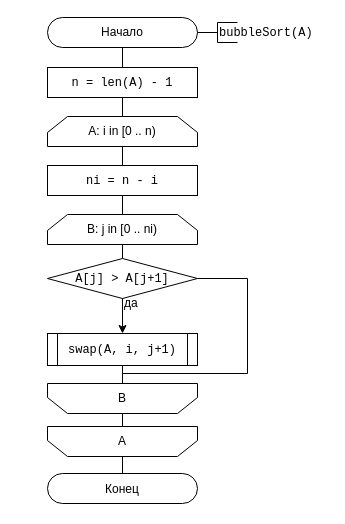
This is page "Page-1" (1 of 4) of AA/diagram/3.drawio from lnq99/BMSTU-IU7-5SEM, a draw.io file, before an edit. Source tidied: cells renumbered, new cells numbered last; positions are measured from the earlier drawing's top-left corner, leaving out a move shared by most shapes. Both pictures are drawn from the tidied source at 100%, with x=0, y=0 at pixel (47, 17).
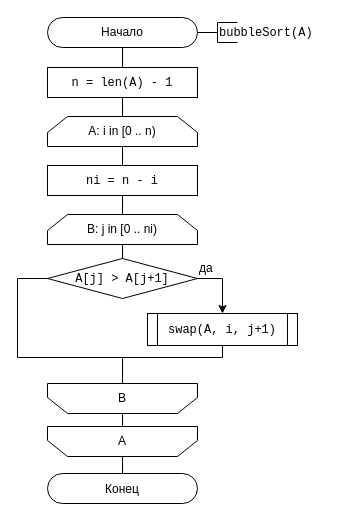
Above is the later version.

The change refers to these unchanged cells:
```xml
<mxCell id="6" value="&lt;font face=&quot;Courier New&quot;&gt;A[j] &amp;gt; A[j+1]&lt;/font&gt;" style="rhombus;whiteSpace=wrap;html=1;rounded=0;strokeWidth=1;fillColor=none;" parent="1" vertex="1">
  <mxGeometry y="241" width="150" height="40" as="geometry" />
</mxCell>
<mxCell id="15" value="&lt;span&gt;B&lt;/span&gt;" style="shape=loopLimit;whiteSpace=wrap;html=1;size=20;fillColor=none;rounded=0;direction=west;" parent="1" vertex="1">
  <mxGeometry y="366" width="150" height="30" as="geometry" />
</mxCell>
```

What changed in the source:
```diff
@@
+    <mxCell id="10" style="edgeStyle=orthogonalEdgeStyle;rounded=0;jettySize=auto;html=1;exitX=1;exitY=0.5;exitDx=0;exitDy=0;entryX=0.5;entryY=0;entryDx=0;entryDy=0;" parent="1" edge="1" source="6" target="11">
+      <mxGeometry relative="1" as="geometry" />
+    </mxCell>
+    <mxCell id="25" style="edgeStyle=orthogonalEdgeStyle;rounded=0;jettySize=auto;html=1;exitX=0;exitY=0.5;exitDx=0;exitDy=0;entryX=0.5;entryY=1;entryDx=0;entryDy=0;endArrow=none;endFill=0;" parent="1" edge="1" source="6" target="15">
+      <mxGeometry relative="1" as="geometry">
+        <Array as="points">
+          <mxPoint x="-30" y="261" />
+          <mxPoint x="-30" y="340" />
+          <mxPoint x="75" y="340" />
+        </Array>
+      </mxGeometry>
+    </mxCell>
@@
     <mxCell id="7" value="да" style="text;html=1;align=left;verticalAlign=top;spacingTop=-4;" parent="1" vertex="1">
-      <mxGeometry x="75" y="276" width="30" height="20" as="geometry" />
+      <mxGeometry x="150" y="241" width="30" height="20" as="geometry" />
     </mxCell>
@@
-    <mxCell id="10" style="endArrow=classic;html=1;entryX=0.5;entryY=0;entryDx=0;entryDy=0;exitX=0.5;exitY=1;exitDx=0;exitDy=0;" parent="1" edge="1" source="6" target="11">
-      <mxGeometry relative="1" as="geometry" />
-    </mxCell>
+    <mxCell id="26" style="edgeStyle=orthogonalEdgeStyle;rounded=0;jettySize=auto;html=1;exitX=0.5;exitY=1;exitDx=0;exitDy=0;entryX=0.5;entryY=1;entryDx=0;entryDy=0;endArrow=none;endFill=0;" parent="1" edge="1" source="11" target="15">
+      <mxGeometry relative="1" as="geometry">
+        <Array as="points">
+          <mxPoint x="175" y="340" />
+          <mxPoint x="75" y="340" />
+        </Array>
+      </mxGeometry>
+    </mxCell>
     <mxCell id="11" value="&lt;p style=&quot;line-height: 70%&quot;&gt;&lt;font face=&quot;Courier New&quot; style=&quot;font-size: 12px&quot;&gt;swap(A, i, j+1)&lt;/font&gt;&lt;/p&gt;" style="shape=process;whiteSpace=wrap;html=1;backgroundOutline=1;rounded=0;shadow=0;glass=0;strokeWidth=1;size=0.06809024979854954;fillColor=none;" parent="1" vertex="1">
-      <mxGeometry y="316" width="150" height="32" as="geometry" />
+      <mxGeometry x="100" y="296" width="150" height="32" as="geometry" />
     </mxCell>
@@
-    <mxCell id="19" style="endArrow=none;html=1;exitX=0.5;exitY=1;exitDx=0;exitDy=0;entryX=0.5;entryY=1;entryDx=0;entryDy=0;" parent="1" edge="1" source="15" target="11">
-      <mxGeometry relative="1" as="geometry" />
-    </mxCell>
@@
-    <mxCell id="21" style="endArrow=none;html=1;entryX=1;entryY=0.5;entryDx=0;entryDy=0;exitX=0.5;exitY=1;exitDx=0;exitDy=0;rounded=0;" parent="1" edge="1" source="15" target="6">
-      <mxGeometry relative="1" as="geometry">
-        <Array as="points">
-          <mxPoint x="75" y="356" />
-          <mxPoint x="200" y="356" />
-          <mxPoint x="200" y="261" />
-        </Array>
-      </mxGeometry>
-    </mxCell>
```
